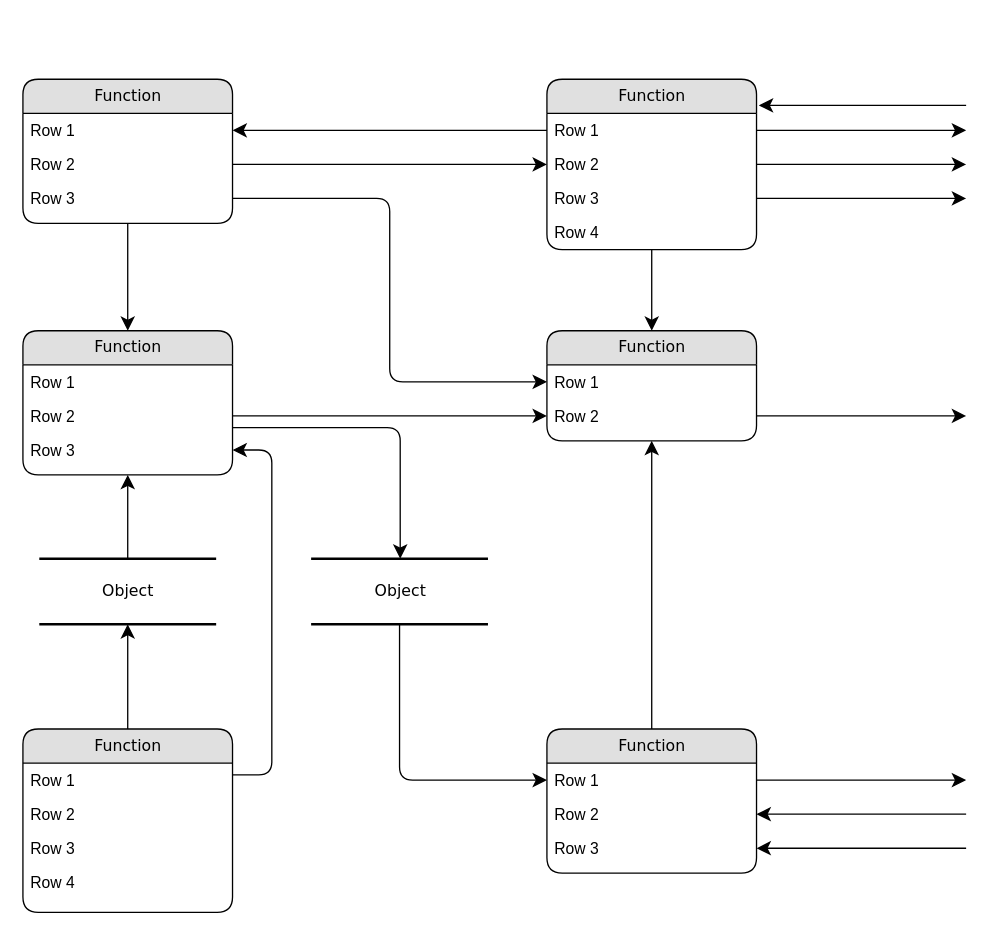
Before: Untitled Diagram.drawio in OMEN-Watson/CodeExercises, a draw.io diagram. Source tidied: cells renumbered, new cells numbered last; positions are measured from the earlier drawing's top-left corner, leaving out a move shared by most shapes. Both pictures are drawn from the tidied source at 131%, with x=0, y=0 at pixel (22, 79).
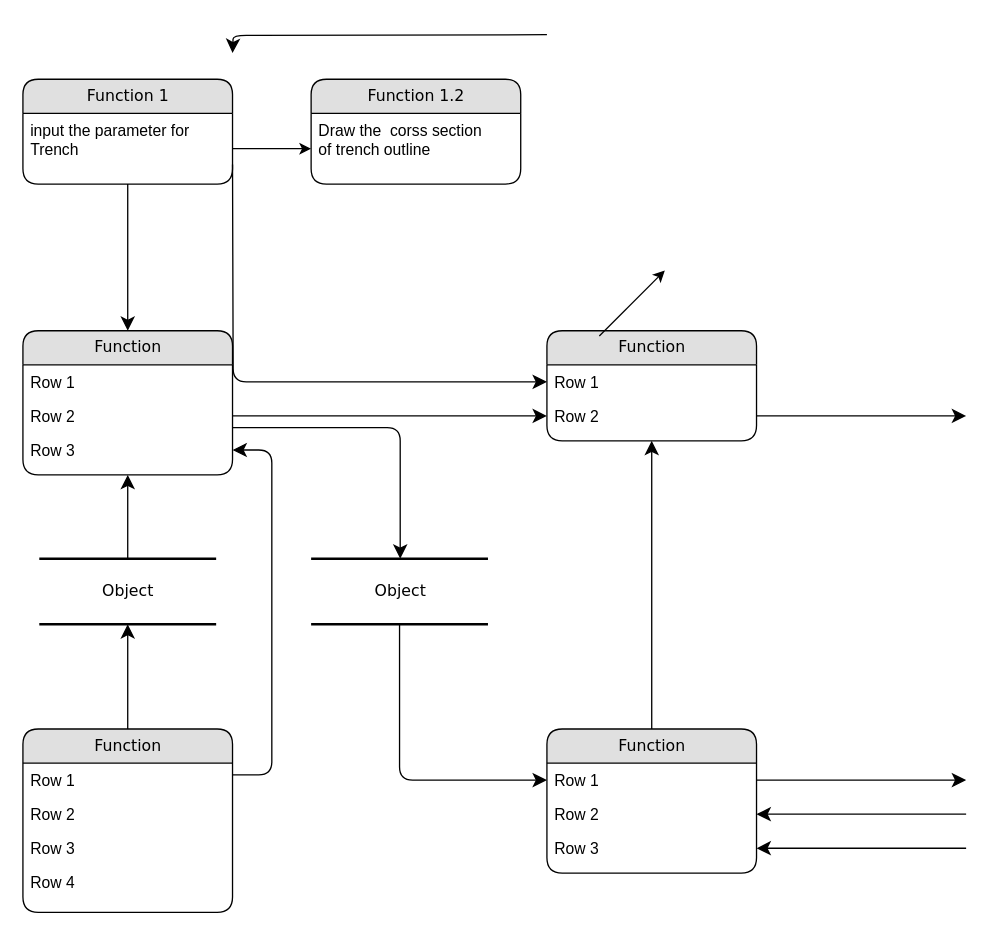
Above is the later version.

The change refers to these unchanged cells:
```xml
<mxCell id="21" value="Function" style="swimlane;html=1;fontStyle=0;horizontal=1;startSize=26;fillColor=#e0e0e0;swimlaneFillColor=#ffffff;align=center;rounded=1;shadow=0;comic=0;labelBackgroundColor=none;strokeWidth=1;fontFamily=Verdana;fontSize=12;" parent="1" vertex="1">
  <mxGeometry x="400" y="192" width="160" height="84" as="geometry" />
</mxCell>
<mxCell id="22" value="Row 1" style="text;html=1;strokeColor=none;fillColor=none;spacingLeft=4;spacingRight=4;whiteSpace=wrap;overflow=hidden;points=[[0,0.5],[1,0.5]];portConstraint=eastwest;" parent="21" vertex="1">
  <mxGeometry y="26" width="160" height="26" as="geometry" />
</mxCell>
```

Diff of the diagram source:
```diff
@@
-    <mxCell id="3" value="Function" style="swimlane;html=1;fontStyle=0;horizontal=1;startSize=26;fillColor=#e0e0e0;swimlaneFillColor=#ffffff;align=center;rounded=1;shadow=0;comic=0;labelBackgroundColor=none;strokeWidth=1;fontFamily=Verdana;fontSize=12;" parent="1" vertex="1">
-      <mxGeometry width="160" height="110" as="geometry" />
+    <mxCell id="3" value="Function 1" style="swimlane;html=1;fontStyle=0;horizontal=1;startSize=26;fillColor=#e0e0e0;swimlaneFillColor=#ffffff;align=center;rounded=1;shadow=0;comic=0;labelBackgroundColor=none;strokeWidth=1;fontFamily=Verdana;fontSize=12;" parent="1" vertex="1">
+      <mxGeometry width="160" height="80" as="geometry" />
     </mxCell>
-    <mxCell id="4" value="Row 1" style="text;html=1;strokeColor=none;fillColor=none;spacingLeft=4;spacingRight=4;whiteSpace=wrap;overflow=hidden;points=[[0,0.5],[1,0.5]];portConstraint=eastwest;" parent="3" vertex="1">
-      <mxGeometry y="26" width="160" height="26" as="geometry" />
+    <mxCell id="4" value="input the parameter for Trench&lt;div&gt;&lt;br&gt;&lt;/div&gt;" style="text;html=1;strokeColor=none;fillColor=none;spacingLeft=4;spacingRight=4;whiteSpace=wrap;overflow=hidden;points=[[0,0.5],[1,0.5]];portConstraint=eastwest;" parent="3" vertex="1">
+      <mxGeometry y="26" width="160" height="54" as="geometry" />
     </mxCell>
-    <mxCell id="5" value="Row 2" style="text;html=1;strokeColor=none;fillColor=none;spacingLeft=4;spacingRight=4;whiteSpace=wrap;overflow=hidden;points=[[0,0.5],[1,0.5]];portConstraint=eastwest;" parent="3" vertex="1">
-      <mxGeometry y="52" width="160" height="26" as="geometry" />
-    </mxCell>
-    <mxCell id="6" value="Row 3" style="text;html=1;strokeColor=none;fillColor=none;spacingLeft=4;spacingRight=4;whiteSpace=wrap;overflow=hidden;points=[[0,0.5],[1,0.5]];portConstraint=eastwest;" parent="3" vertex="1">
-      <mxGeometry y="78" width="160" height="26" as="geometry" />
-    </mxCell>
-    <mxCell id="7" value="Function" style="swimlane;html=1;fontStyle=0;horizontal=1;startSize=26;fillColor=#e0e0e0;swimlaneFillColor=#ffffff;align=center;rounded=1;shadow=0;comic=0;labelBackgroundColor=none;strokeWidth=1;fontFamily=Verdana;fontSize=12;" parent="1" vertex="1">
-      <mxGeometry x="400" width="160" height="130" as="geometry" />
+    <mxCell id="7" value="Function 1.2" style="swimlane;html=1;fontStyle=0;horizontal=1;startSize=26;fillColor=#e0e0e0;swimlaneFillColor=#ffffff;align=center;rounded=1;shadow=0;comic=0;labelBackgroundColor=none;strokeWidth=1;fontFamily=Verdana;fontSize=12;" parent="1" vertex="1">
+      <mxGeometry x="220" width="160" height="80" as="geometry" />
     </mxCell>
-    <mxCell id="8" value="Row 1" style="text;html=1;strokeColor=none;fillColor=none;spacingLeft=4;spacingRight=4;whiteSpace=wrap;overflow=hidden;points=[[0,0.5],[1,0.5]];portConstraint=eastwest;" parent="7" vertex="1">
-      <mxGeometry y="26" width="160" height="26" as="geometry" />
+    <mxCell id="8" value="Draw the &lt;span style=&quot;background-color: initial;&quot;&gt;&amp;nbsp;corss section of&amp;nbsp;&lt;/span&gt;trench&amp;nbsp;&lt;span style=&quot;background-color: initial;&quot;&gt;outline&lt;/span&gt;" style="text;html=1;strokeColor=none;fillColor=none;spacingLeft=4;spacingRight=4;whiteSpace=wrap;overflow=hidden;points=[[0,0.5],[1,0.5]];portConstraint=eastwest;" parent="7" vertex="1">
+      <mxGeometry y="26" width="160" height="54" as="geometry" />
     </mxCell>
-    <mxCell id="9" value="Row 2" style="text;html=1;strokeColor=none;fillColor=none;spacingLeft=4;spacingRight=4;whiteSpace=wrap;overflow=hidden;points=[[0,0.5],[1,0.5]];portConstraint=eastwest;" parent="7" vertex="1">
-      <mxGeometry y="52" width="160" height="26" as="geometry" />
-    </mxCell>
-    <mxCell id="10" value="Row 3" style="text;html=1;strokeColor=none;fillColor=none;spacingLeft=4;spacingRight=4;whiteSpace=wrap;overflow=hidden;points=[[0,0.5],[1,0.5]];portConstraint=eastwest;" parent="7" vertex="1">
-      <mxGeometry y="78" width="160" height="26" as="geometry" />
-    </mxCell>
-    <mxCell id="11" value="Row 4" style="text;html=1;strokeColor=none;fillColor=none;spacingLeft=4;spacingRight=4;whiteSpace=wrap;overflow=hidden;" parent="7" vertex="1">
-      <mxGeometry y="104" width="160" height="26" as="geometry" />
-    </mxCell>
@@
-    <mxCell id="36" style="edgeStyle=orthogonalEdgeStyle;html=1;labelBackgroundColor=none;startFill=0;startSize=8;endFill=1;endSize=8;fontFamily=Verdana;fontSize=12;" parent="1" edge="1" source="7" target="21">
-      <mxGeometry relative="1" as="geometry" />
-    </mxCell>
-    <mxCell id="37" style="edgeStyle=orthogonalEdgeStyle;html=1;entryX=0;entryY=0.5;labelBackgroundColor=none;startFill=0;startSize=8;endFill=1;endSize=8;fontFamily=Verdana;fontSize=12;exitX=1;exitY=0.5;" parent="1" edge="1" source="5" target="9">
-      <mxGeometry relative="1" as="geometry" />
-    </mxCell>
-    <mxCell id="38" style="edgeStyle=orthogonalEdgeStyle;html=1;exitX=0;exitY=0.5;entryX=1;entryY=0.5;labelBackgroundColor=none;startFill=0;startSize=8;endFill=1;endSize=8;fontFamily=Verdana;fontSize=12;" parent="1" edge="1" source="8" target="4">
-      <mxGeometry relative="1" as="geometry" />
+    <mxCell id="38" style="edgeStyle=orthogonalEdgeStyle;html=1;exitX=0;exitY=0.5;entryX=1;entryY=0.5;labelBackgroundColor=none;startFill=0;startSize=8;endFill=1;endSize=8;fontFamily=Verdana;fontSize=12;" parent="1" edge="1">
+      <mxGeometry relative="1" as="geometry">
+        <mxPoint x="400" y="-34" as="sourcePoint" />
+        <mxPoint x="160" y="-20" as="targetPoint" />
+      </mxGeometry>
     </mxCell>
-    <mxCell id="39" style="edgeStyle=orthogonalEdgeStyle;html=1;exitX=1;exitY=0.5;entryX=0;entryY=0.5;labelBackgroundColor=none;startFill=0;startSize=8;endFill=1;endSize=8;fontFamily=Verdana;fontSize=12;" parent="1" edge="1" source="6" target="22">
-      <mxGeometry relative="1" as="geometry" />
+    <mxCell id="39" style="edgeStyle=orthogonalEdgeStyle;html=1;exitX=1;exitY=0.5;entryX=0;entryY=0.5;labelBackgroundColor=none;startFill=0;startSize=8;endFill=1;endSize=8;fontFamily=Verdana;fontSize=12;" parent="1" edge="1" target="22">
+      <mxGeometry relative="1" as="geometry">
+        <mxPoint x="160" y="65" as="sourcePoint" />
+      </mxGeometry>
     </mxCell>
@@
-    <mxCell id="45" style="edgeStyle=orthogonalEdgeStyle;html=1;exitX=1;exitY=0.5;labelBackgroundColor=none;startFill=0;startSize=8;endFill=1;endSize=8;fontFamily=Verdana;fontSize=12;" parent="1" edge="1" source="8">
-      <mxGeometry relative="1" as="geometry">
-        <mxPoint x="720" y="39" as="targetPoint" />
-      </mxGeometry>
-    </mxCell>
-    <mxCell id="46" style="edgeStyle=orthogonalEdgeStyle;html=1;exitX=1;exitY=0.5;labelBackgroundColor=none;startFill=0;startSize=8;endFill=1;endSize=8;fontFamily=Verdana;fontSize=12;" parent="1" edge="1" source="9">
-      <mxGeometry relative="1" as="geometry">
-        <mxPoint x="720" y="65" as="targetPoint" />
-      </mxGeometry>
-    </mxCell>
-    <mxCell id="47" style="edgeStyle=orthogonalEdgeStyle;html=1;exitX=1;exitY=0.5;labelBackgroundColor=none;startFill=0;startSize=8;endFill=1;endSize=8;fontFamily=Verdana;fontSize=12;" parent="1" edge="1" source="10">
-      <mxGeometry relative="1" as="geometry">
-        <mxPoint x="720" y="91" as="targetPoint" />
-      </mxGeometry>
-    </mxCell>
-    <mxCell id="48" style="edgeStyle=elbowEdgeStyle;html=1;labelBackgroundColor=none;startFill=0;startSize=8;endFill=1;endSize=8;fontFamily=Verdana;fontSize=12;elbow=vertical;entryX=1.011;entryY=0.152;entryPerimeter=0;" parent="1" edge="1" target="7">
-      <mxGeometry relative="1" as="geometry">
-        <mxPoint x="720" y="20" as="sourcePoint" />
-        <Array as="points">
-          <mxPoint x="650" y="20" />
-        </Array>
-      </mxGeometry>
-    </mxCell>
+    <mxCell id="49" style="endArrow=classic;html=1;rounded=0;" parent="1" edge="1">
+      <mxGeometry relative="1" as="geometry">
+        <mxPoint x="440" y="196" as="sourcePoint" />
+        <mxPoint x="490" y="146" as="targetPoint" />
+      </mxGeometry>
+    </mxCell>
+    <mxCell id="50" style="edgeStyle=orthogonalEdgeStyle;rounded=0;jettySize=auto;html=1;exitX=1;exitY=0.5;exitDx=0;exitDy=0;" parent="1" edge="1" source="4" target="8">
+      <mxGeometry relative="1" as="geometry" />
+    </mxCell>
```
